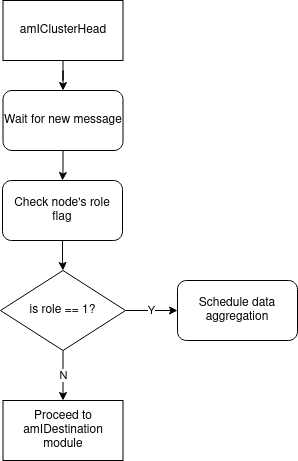
kendeloslado/EER-RL-HM keeps this draw.io diagram as Flowchart/EER-RL-Hardware-Block-Flowcharts-CostEval-amICH.drawio.png. Above is the earlier version. Source tidied: cells renumbered, new cells last; positions are measured from the earlier drawing's top-left corner, leaving out a move shared by most shapes.
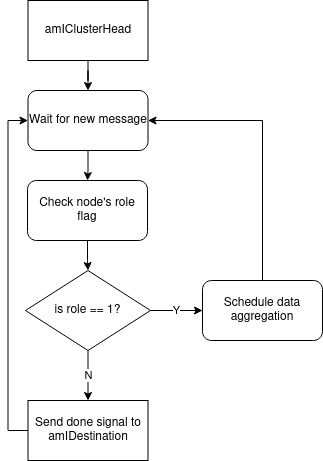
The same file after the commit.

What changed in the source:
```diff
@@ -17,10 +17,16 @@
     <mxCell id="6" value="is role == 1?" style="rhombus;whiteSpace=wrap;html=1;" parent="1" vertex="1">
       <mxGeometry y="270" width="125" height="80" as="geometry" />
     </mxCell>
+    <mxCell id="13" style="edgeStyle=orthogonalEdgeStyle;rounded=0;jettySize=auto;html=1;entryX=1;entryY=0.5;entryDx=0;entryDy=0;exitX=0.5;exitY=0;exitDx=0;exitDy=0;" parent="1" edge="1" source="7" target="12">
+      <mxGeometry relative="1" as="geometry" />
+    </mxCell>
     <mxCell id="7" value="Schedule data aggregation" style="rounded=1;whiteSpace=wrap;html=1;" parent="1" vertex="1">
       <mxGeometry x="177" y="280" width="120" height="60" as="geometry" />
     </mxCell>
+    <mxCell id="14" style="edgeStyle=orthogonalEdgeStyle;rounded=0;jettySize=auto;html=1;entryX=0;entryY=0.5;entryDx=0;entryDy=0;exitX=0;exitY=0.5;exitDx=0;exitDy=0;" parent="1" edge="1" source="8" target="12">
+      <mxGeometry relative="1" as="geometry" />
+    </mxCell>
-    <mxCell id="8" value="&lt;div&gt;Proceed to amIDestination&lt;/div&gt;&lt;div&gt;module&lt;br&gt;&lt;/div&gt;" style="rounded=0;whiteSpace=wrap;html=1;" parent="1" vertex="1">
+    <mxCell id="8" value="Send done signal to amIDestination" style="rounded=0;whiteSpace=wrap;html=1;" parent="1" vertex="1">
       <mxGeometry x="2.5" y="400" width="120" height="60" as="geometry" />
     </mxCell>
     <mxCell id="9" style="edgeStyle=orthogonalEdgeStyle;rounded=0;jettySize=auto;html=1;" parent="1" edge="1" source="10" target="12">
```
